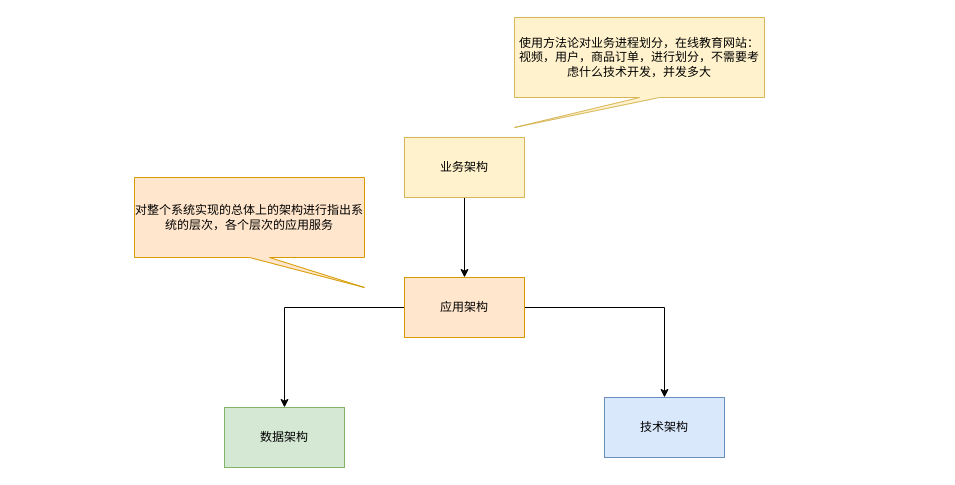
The draw.io diagram TOGAF.drawio in ChengziMao/diagrams, before the edit. Source tidied: cells renumbered, new cells numbered last; positions are measured from the earlier drawing's top-left corner, leaving out a move shared by most shapes. Both pictures are drawn from the tidied source at 100%, with x=0, y=0 at pixel (134, 17).
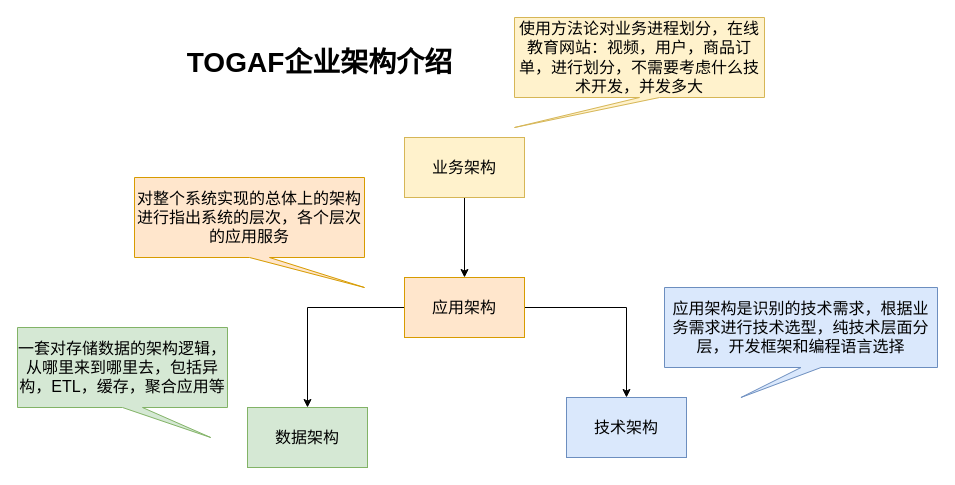
The same page after the edit.

Change to the diagram source:
```diff
@@
 <mxGraphModel>
   <root>
     <mxCell id="0" />
     <mxCell id="1" parent="0" />
-    <mxCell id="2" style="edgeStyle=orthogonalEdgeStyle;rounded=0;jettySize=auto;html=1;" parent="1" edge="1" source="3" target="6">
+    <mxCell id="2" style="edgeStyle=orthogonalEdgeStyle;rounded=0;jettySize=auto;html=1;fontSize=16;" parent="1" edge="1" source="3" target="6">
       <mxGeometry relative="1" as="geometry" />
     </mxCell>
-    <mxCell id="3" value="&lt;font style=&quot;vertical-align: inherit;&quot; class=&quot;notranslate fyzs-translate-target fyzs-translate-target-wrapper&quot;&gt;&lt;font style=&quot;vertical-align: inherit;&quot; class=&quot;notranslate fyzs-translate-target fyzs-translate-target-box&quot;&gt;&lt;font style=&quot;vertical-align: inherit;&quot; title=&quot;y&quot; class=&quot;notranslate fyzs-translate-target fyzs-translate-target-text&quot;&gt;业务架构&lt;/font&gt;&lt;/font&gt;&lt;/font&gt;" style="rounded=0;whiteSpace=wrap;html=1;fillColor=#fff2cc;strokeColor=#d6b656;" parent="1" vertex="1">
+    <mxCell id="3" value="&lt;font style=&quot;vertical-align: inherit;&quot; class=&quot;notranslate fyzs-translate-target fyzs-translate-target-wrapper&quot;&gt;&lt;font style=&quot;vertical-align: inherit;&quot; class=&quot;notranslate fyzs-translate-target fyzs-translate-target-box&quot;&gt;&lt;font style=&quot;vertical-align: inherit;&quot; title=&quot;y&quot; class=&quot;notranslate fyzs-translate-target fyzs-translate-target-text&quot;&gt;业务架构&lt;/font&gt;&lt;/font&gt;&lt;/font&gt;" style="rounded=0;whiteSpace=wrap;html=1;fillColor=#fff2cc;strokeColor=#d6b656;fontSize=16;" parent="1" vertex="1">
       <mxGeometry x="270" y="120" width="120" height="60" as="geometry" />
     </mxCell>
-    <mxCell id="4" style="edgeStyle=orthogonalEdgeStyle;rounded=0;jettySize=auto;html=1;" parent="1" edge="1" source="6" target="7">
+    <mxCell id="4" style="edgeStyle=orthogonalEdgeStyle;rounded=0;jettySize=auto;html=1;fontSize=16;" parent="1" edge="1" source="6" target="7">
       <mxGeometry relative="1" as="geometry" />
     </mxCell>
-    <mxCell id="5" style="edgeStyle=orthogonalEdgeStyle;rounded=0;jettySize=auto;html=1;" parent="1" edge="1" source="6" target="8">
+    <mxCell id="5" style="edgeStyle=orthogonalEdgeStyle;rounded=0;jettySize=auto;html=1;fontSize=16;" parent="1" edge="1" source="6" target="8">
       <mxGeometry relative="1" as="geometry" />
     </mxCell>
-    <mxCell id="6" value="&lt;font style=&quot;vertical-align: inherit;&quot; class=&quot;notranslate fyzs-translate-target fyzs-translate-target-wrapper&quot;&gt;&lt;font style=&quot;vertical-align: inherit;&quot; class=&quot;notranslate fyzs-translate-target fyzs-translate-target-box&quot;&gt;&lt;font style=&quot;vertical-align: inherit;&quot; title=&quot;y&quot; class=&quot;notranslate fyzs-translate-target fyzs-translate-target-text&quot;&gt;应用架构&lt;/font&gt;&lt;/font&gt;&lt;/font&gt;" style="whiteSpace=wrap;html=1;rounded=0;fillColor=#ffe6cc;strokeColor=#d79b00;" parent="1" vertex="1">
+    <mxCell id="6" value="&lt;font style=&quot;vertical-align: inherit;&quot; class=&quot;notranslate fyzs-translate-target fyzs-translate-target-wrapper&quot;&gt;&lt;font style=&quot;vertical-align: inherit;&quot; class=&quot;notranslate fyzs-translate-target fyzs-translate-target-box&quot;&gt;&lt;font style=&quot;vertical-align: inherit;&quot; title=&quot;y&quot; class=&quot;notranslate fyzs-translate-target fyzs-translate-target-text&quot;&gt;应用架构&lt;/font&gt;&lt;/font&gt;&lt;/font&gt;" style="whiteSpace=wrap;html=1;rounded=0;fillColor=#ffe6cc;strokeColor=#d79b00;fontSize=16;" parent="1" vertex="1">
       <mxGeometry x="270" y="260" width="120" height="60" as="geometry" />
     </mxCell>
-    <mxCell id="7" value="&lt;font style=&quot;vertical-align: inherit;&quot; class=&quot;notranslate fyzs-translate-target fyzs-translate-target-wrapper&quot;&gt;&lt;font style=&quot;vertical-align: inherit;&quot; class=&quot;notranslate fyzs-translate-target fyzs-translate-target-box&quot;&gt;&lt;font style=&quot;vertical-align: inherit;&quot; title=&quot;y&quot; class=&quot;notranslate fyzs-translate-target fyzs-translate-target-text&quot;&gt;数据架构&lt;/font&gt;&lt;/font&gt;&lt;/font&gt;" style="whiteSpace=wrap;html=1;rounded=0;fillColor=#d5e8d4;strokeColor=#82b366;" parent="1" vertex="1">
-      <mxGeometry x="90" y="390" width="120" height="60" as="geometry" />
+    <mxCell id="7" value="&lt;font style=&quot;vertical-align: inherit;&quot; class=&quot;notranslate fyzs-translate-target fyzs-translate-target-wrapper&quot;&gt;&lt;font style=&quot;vertical-align: inherit;&quot; class=&quot;notranslate fyzs-translate-target fyzs-translate-target-box&quot;&gt;&lt;font style=&quot;vertical-align: inherit;&quot; title=&quot;y&quot; class=&quot;notranslate fyzs-translate-target fyzs-translate-target-text&quot;&gt;数据架构&lt;/font&gt;&lt;/font&gt;&lt;/font&gt;" style="whiteSpace=wrap;html=1;rounded=0;fillColor=#d5e8d4;strokeColor=#82b366;fontSize=16;" parent="1" vertex="1">
+      <mxGeometry x="113" y="390" width="120" height="60" as="geometry" />
     </mxCell>
-    <mxCell id="8" value="&lt;font style=&quot;vertical-align: inherit;&quot; class=&quot;notranslate fyzs-translate-target fyzs-translate-target-wrapper&quot;&gt;&lt;font style=&quot;vertical-align: inherit;&quot; class=&quot;notranslate fyzs-translate-target fyzs-translate-target-box&quot;&gt;&lt;font style=&quot;vertical-align: inherit;&quot; title=&quot;j&quot; class=&quot;notranslate fyzs-translate-target fyzs-translate-target-text&quot;&gt;技术架构&lt;/font&gt;&lt;/font&gt;&lt;/font&gt;" style="whiteSpace=wrap;html=1;rounded=0;fillColor=#dae8fc;strokeColor=#6c8ebf;" parent="1" vertex="1">
-      <mxGeometry x="470" y="380" width="120" height="60" as="geometry" />
+    <mxCell id="8" value="&lt;font style=&quot;vertical-align: inherit;&quot; class=&quot;notranslate fyzs-translate-target fyzs-translate-target-wrapper&quot;&gt;&lt;font style=&quot;vertical-align: inherit;&quot; class=&quot;notranslate fyzs-translate-target fyzs-translate-target-box&quot;&gt;&lt;font style=&quot;vertical-align: inherit;&quot; title=&quot;j&quot; class=&quot;notranslate fyzs-translate-target fyzs-translate-target-text&quot;&gt;技术架构&lt;/font&gt;&lt;/font&gt;&lt;/font&gt;" style="whiteSpace=wrap;html=1;rounded=0;fillColor=#dae8fc;strokeColor=#6c8ebf;fontSize=16;" parent="1" vertex="1">
+      <mxGeometry x="432" y="380" width="120" height="60" as="geometry" />
     </mxCell>
-    <mxCell id="9" value="&lt;font style=&quot;vertical-align: inherit;&quot; class=&quot;notranslate fyzs-translate-target fyzs-translate-target-wrapper&quot;&gt;&lt;font style=&quot;vertical-align: inherit;&quot; class=&quot;notranslate fyzs-translate-target fyzs-translate-target-box&quot;&gt;&lt;font style=&quot;vertical-align: inherit;&quot; title=&quot;s&quot; class=&quot;notranslate fyzs-translate-target fyzs-translate-target-text&quot;&gt;使用方法论对业务进程划分，在线教育网站：视频，用户，商品订单，进行划分，不需要考虑什么技术开发，并发多大&lt;/font&gt;&lt;/font&gt;&lt;/font&gt;" style="shape=callout;whiteSpace=wrap;html=1;perimeter=calloutPerimeter;position2=0;fillColor=#fff2cc;strokeColor=#d6b656;" parent="1" vertex="1">
+    <mxCell id="9" value="&lt;font style=&quot;vertical-align: inherit;&quot; class=&quot;notranslate fyzs-translate-target fyzs-translate-target-wrapper&quot;&gt;&lt;font style=&quot;vertical-align: inherit;&quot; class=&quot;notranslate fyzs-translate-target fyzs-translate-target-box&quot;&gt;&lt;font style=&quot;vertical-align: inherit;&quot; title=&quot;s&quot; class=&quot;notranslate fyzs-translate-target fyzs-translate-target-text&quot;&gt;使用方法论对业务进程划分，在线教育网站：视频，用户，商品订单，进行划分，不需要考虑什么技术开发，并发多大&lt;/font&gt;&lt;/font&gt;&lt;/font&gt;" style="shape=callout;whiteSpace=wrap;html=1;perimeter=calloutPerimeter;position2=0;fillColor=#fff2cc;strokeColor=#d6b656;fontSize=16;" parent="1" vertex="1">
       <mxGeometry x="380" width="250" height="110" as="geometry" />
     </mxCell>
-    <mxCell id="10" value="&lt;font style=&quot;vertical-align: inherit;&quot; class=&quot;notranslate fyzs-translate-target fyzs-translate-target-wrapper&quot;&gt;&lt;font style=&quot;vertical-align: inherit;&quot; class=&quot;notranslate fyzs-translate-target fyzs-translate-target-box&quot;&gt;&lt;font style=&quot;vertical-align: inherit;&quot; title=&quot;d&quot; class=&quot;notranslate fyzs-translate-target fyzs-translate-target-text&quot;&gt;对整个系统实现的总体上的架构进行指出系统的层次，各个层次的应用服务&lt;/font&gt;&lt;/font&gt;&lt;/font&gt;" style="shape=callout;whiteSpace=wrap;html=1;perimeter=calloutPerimeter;position2=1;fillColor=#ffe6cc;strokeColor=#d79b00;" parent="1" vertex="1">
+    <mxCell id="10" value="&lt;font style=&quot;vertical-align: inherit;&quot; class=&quot;notranslate fyzs-translate-target fyzs-translate-target-wrapper&quot;&gt;&lt;font style=&quot;vertical-align: inherit;&quot; class=&quot;notranslate fyzs-translate-target fyzs-translate-target-box&quot;&gt;&lt;font style=&quot;vertical-align: inherit;&quot; title=&quot;d&quot; class=&quot;notranslate fyzs-translate-target fyzs-translate-target-text&quot;&gt;对整个系统实现的总体上的架构进行指出系统的层次，各个层次的应用服务&lt;/font&gt;&lt;/font&gt;&lt;/font&gt;" style="shape=callout;whiteSpace=wrap;html=1;perimeter=calloutPerimeter;position2=1;fillColor=#ffe6cc;strokeColor=#d79b00;fontSize=16;" parent="1" vertex="1">
       <mxGeometry y="160" width="230" height="110" as="geometry" />
     </mxCell>
+    <mxCell id="11" value="&lt;font style=&quot;vertical-align: inherit;&quot; class=&quot;notranslate fyzs-translate-target fyzs-translate-target-wrapper&quot;&gt;&lt;font style=&quot;vertical-align: inherit;&quot; class=&quot;notranslate fyzs-translate-target fyzs-translate-target-box&quot;&gt;&lt;font style=&quot;vertical-align: inherit;&quot; title=&quot;y&quot; class=&quot;notranslate fyzs-translate-target fyzs-translate-target-text&quot;&gt;一套对存储数据的架构逻辑，从哪里来到哪里去，包括异构，ETL，缓存，聚合应用等&lt;/font&gt;&lt;/font&gt;&lt;/font&gt;" style="shape=callout;whiteSpace=wrap;html=1;perimeter=calloutPerimeter;position2=0.92;fillColor=#d5e8d4;strokeColor=#82b366;fontSize=16;" parent="1" vertex="1">
+      <mxGeometry x="-117" y="310" width="210" height="110" as="geometry" />
+    </mxCell>
+    <mxCell id="12" value="&lt;font style=&quot;vertical-align: inherit;&quot; class=&quot;notranslate fyzs-translate-target fyzs-translate-target-wrapper&quot;&gt;&lt;font style=&quot;vertical-align: inherit;&quot; class=&quot;notranslate fyzs-translate-target fyzs-translate-target-box&quot;&gt;&lt;font style=&quot;vertical-align: inherit;&quot; title=&quot;y&quot; class=&quot;notranslate fyzs-translate-target fyzs-translate-target-text&quot;&gt;应用架构是识别的技术需求，根据业务需求进行技术选型，纯技术层面分层，开发框架和编程语言选择&lt;/font&gt;&lt;/font&gt;&lt;/font&gt;" style="shape=callout;whiteSpace=wrap;html=1;perimeter=calloutPerimeter;position2=0.28;fillColor=#dae8fc;strokeColor=#6c8ebf;fontSize=16;" parent="1" vertex="1">
+      <mxGeometry x="530" y="270" width="273" height="110" as="geometry" />
+    </mxCell>
+    <mxCell id="13" value="&lt;font class=&quot;notranslate fyzs-translate-target fyzs-translate-target-wrapper&quot; style=&quot;vertical-align: inherit;&quot;&gt;&lt;font class=&quot;notranslate fyzs-translate-target fyzs-translate-target-box&quot; style=&quot;vertical-align: inherit;&quot;&gt;&lt;font class=&quot;notranslate fyzs-translate-target fyzs-translate-target-text&quot; title=&quot;Text&quot; style=&quot;vertical-align: inherit;&quot;&gt;TOGAF企业架构介绍&lt;/font&gt;&lt;/font&gt;&lt;/font&gt;" style="text;html=1;align=center;verticalAlign=middle;strokeColor=none;fillColor=none;fontSize=28;fontStyle=1;" parent="1" vertex="1">
+      <mxGeometry x="40" y="20" width="290" height="50" as="geometry" />
+    </mxCell>
   </root>
 </mxGraphModel>
```
